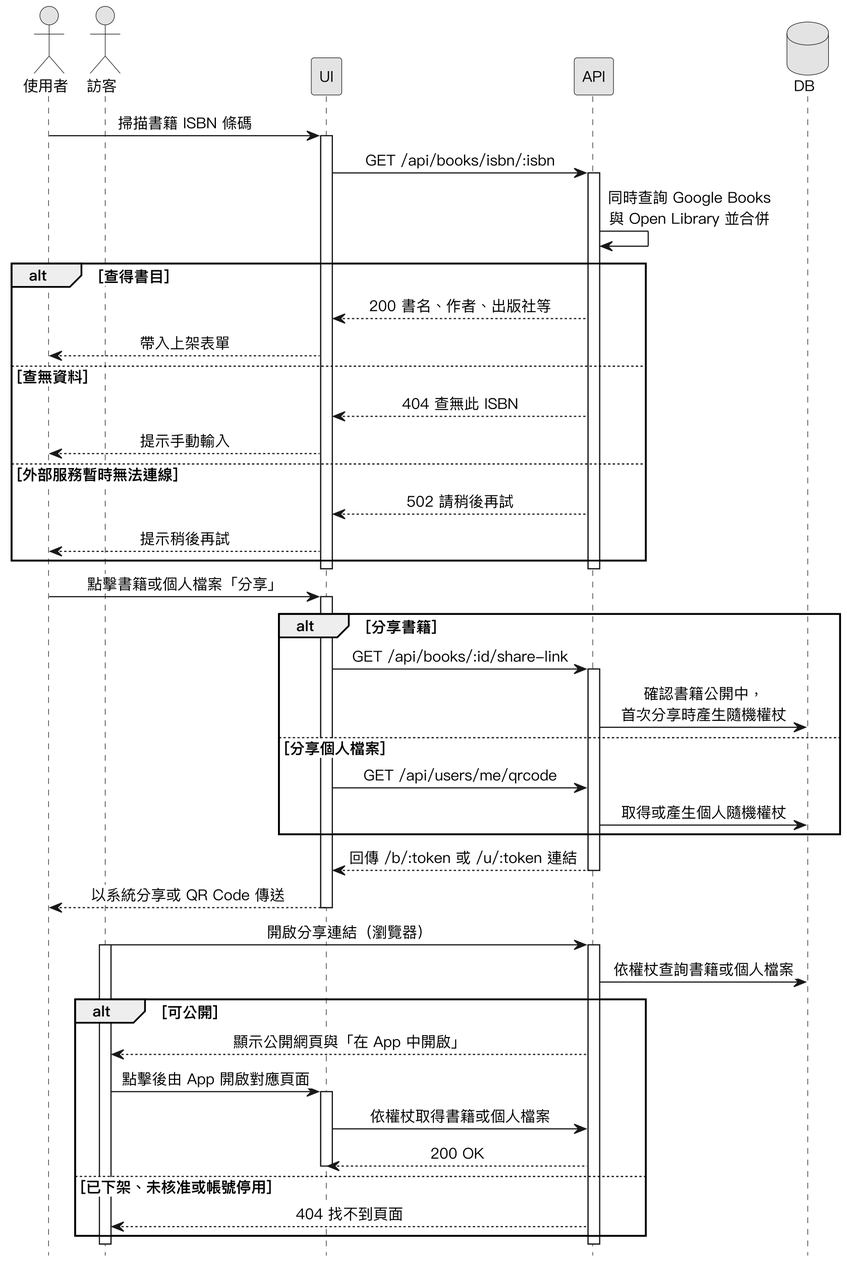
Above: Diagrams/Sequence Diagrams/v3/seq_isbn_share.png in SaveMyBook/SaveMyBook (PlantUML), before the change.
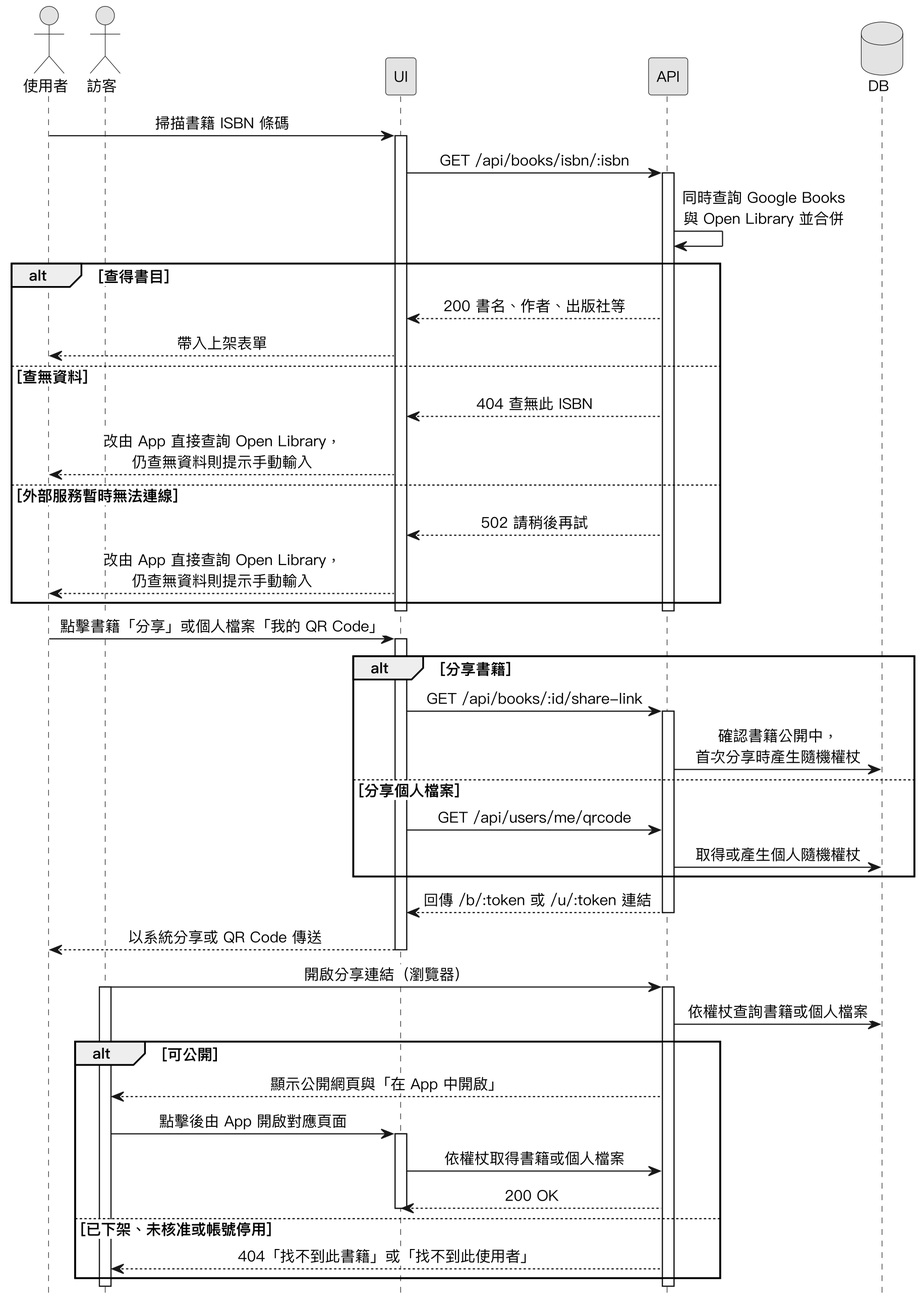
The same diagram one commit later.

The edit, as a diff of the source:
```diff
@@ -24,15 +24,15 @@
   UI --> 使用者 : 帶入上架表單
 else 查無資料
   API --> UI : 404 查無此 ISBN
-  UI --> 使用者 : 提示手動輸入
+  UI --> 使用者 : 改由 App 直接查詢 Open Library，\n仍查無資料則提示手動輸入
 else 外部服務暫時無法連線
   API --> UI : 502 請稍後再試
-  UI --> 使用者 : 提示稍後再試
+  UI --> 使用者 : 改由 App 直接查詢 Open Library，\n仍查無資料則提示手動輸入
 end
 deactivate API
 deactivate UI
 
-使用者 -> UI : 點擊書籍或個人檔案「分享」
+使用者 -> UI : 點擊書籍「分享」或個人檔案「我的 QR Code」
 activate UI
 alt 分享書籍
   UI -> API : GET /api/books/:id/share-link
@@ -59,7 +59,7 @@
   API --> UI : 200 OK
   deactivate UI
 else 已下架、未核准或帳號停用
-  API --> 訪客 : 404 找不到頁面
+  API --> 訪客 : 404「找不到此書籍」或「找不到此使用者」
 end
 deactivate API
 deactivate 訪客
```
